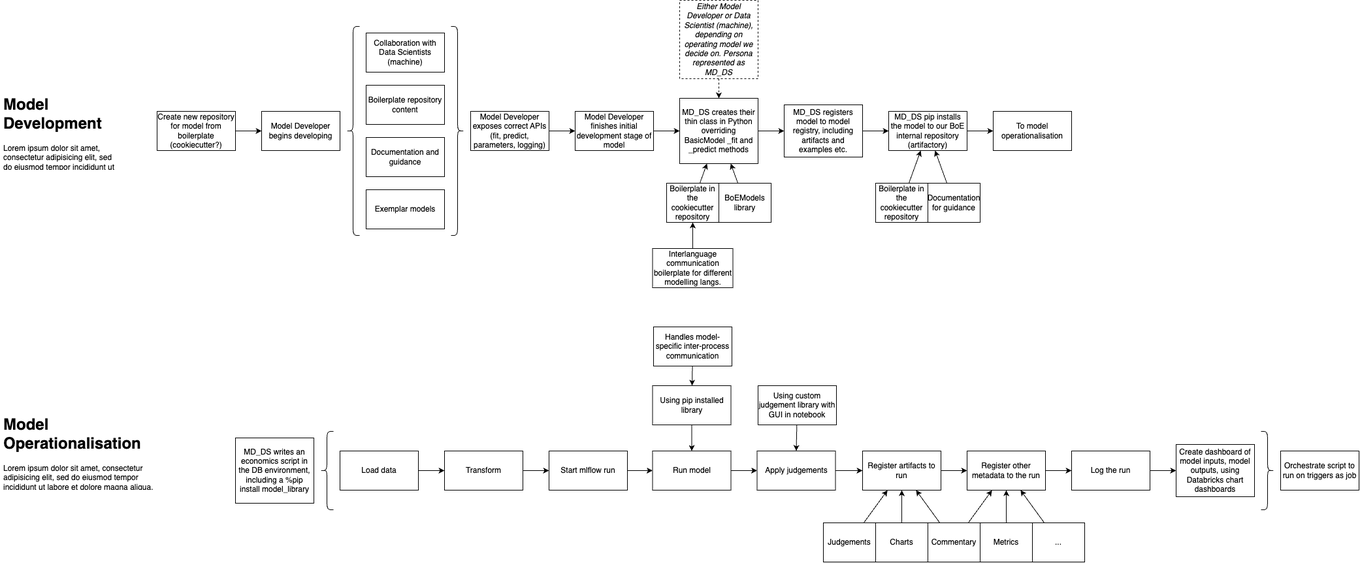
lukas-al/model_framework keeps this draw.io diagram as planning/model_journey.drawio.png. Above is the earlier version. Source tidied: cells renumbered, new cells last; positions are measured from the earlier drawing's top-left corner, leaving out a move shared by most shapes. Its diagram source:
```xml
<mxGraphModel>
  <root>
    <mxCell id="0" />
    <mxCell id="1" parent="0" />
    <mxCell id="2" value="Model Developer begins developing" style="rounded=0;whiteSpace=wrap;html=1;" parent="1" vertex="1">
      <mxGeometry x="400" y="170" width="120" height="60" as="geometry" />
    </mxCell>
    <mxCell id="3" style="edgeStyle=none;html=1;" parent="1" edge="1" source="4" target="12">
      <mxGeometry relative="1" as="geometry" />
    </mxCell>
    <mxCell id="4" value="Model Developer exposes correct APIs (fit, predict, parameters, logging)" style="rounded=0;whiteSpace=wrap;html=1;" parent="1" vertex="1">
      <mxGeometry x="720" y="170" width="120" height="60" as="geometry" />
    </mxCell>
    <mxCell id="5" value="Boilerplate repository content" style="rounded=0;whiteSpace=wrap;html=1;" parent="1" vertex="1">
      <mxGeometry x="560" y="130" width="120" height="60" as="geometry" />
    </mxCell>
    <mxCell id="6" value="Documentation and guidance" style="rounded=0;whiteSpace=wrap;html=1;" parent="1" vertex="1">
      <mxGeometry x="560" y="210" width="120" height="60" as="geometry" />
    </mxCell>
    <mxCell id="7" value="Exemplar models" style="rounded=0;whiteSpace=wrap;html=1;" parent="1" vertex="1">
      <mxGeometry x="560" y="290" width="120" height="60" as="geometry" />
    </mxCell>
    <mxCell id="8" value="Collaboration with Data Scientists (machine)" style="rounded=0;whiteSpace=wrap;html=1;" parent="1" vertex="1">
      <mxGeometry x="560" y="50" width="120" height="60" as="geometry" />
    </mxCell>
    <mxCell id="9" style="shape=curlyBracket;whiteSpace=wrap;html=1;rounded=1;labelPosition=left;verticalLabelPosition=middle;align=right;verticalAlign=middle;" parent="1" vertex="1">
      <mxGeometry x="530" y="40" width="20" height="320" as="geometry" />
    </mxCell>
    <mxCell id="10" style="shape=curlyBracket;whiteSpace=wrap;html=1;rounded=1;flipH=1;labelPosition=right;verticalLabelPosition=middle;align=left;verticalAlign=middle;" parent="1" vertex="1">
      <mxGeometry x="690" y="40" width="20" height="320" as="geometry" />
    </mxCell>
    <mxCell id="11" style="edgeStyle=none;html=1;" parent="1" edge="1" source="12" target="16">
      <mxGeometry relative="1" as="geometry" />
    </mxCell>
    <mxCell id="12" value="Model Developer finishes initial development stage of model" style="rounded=0;whiteSpace=wrap;html=1;" parent="1" vertex="1">
      <mxGeometry x="880" y="170" width="120" height="60" as="geometry" />
    </mxCell>
    <mxCell id="13" style="edgeStyle=none;html=1;dashed=1;" parent="1" edge="1" source="14" target="16">
      <mxGeometry relative="1" as="geometry" />
    </mxCell>
    <mxCell id="14" value="&lt;i&gt;Either Model Developer or Data Scientist (machine), depending on operating model we decide on. Persona represented as MD_DS&lt;/i&gt;" style="rounded=0;whiteSpace=wrap;html=1;dashed=1;" parent="1" vertex="1">
      <mxGeometry x="1040" width="120" height="120" as="geometry" />
    </mxCell>
    <mxCell id="15" style="edgeStyle=none;html=1;" parent="1" edge="1" source="16" target="32">
      <mxGeometry relative="1" as="geometry" />
    </mxCell>
    <mxCell id="16" value="MD_DS creates their thin class in Python overriding BasicModel _fit and _predict methods" style="rounded=0;whiteSpace=wrap;html=1;" parent="1" vertex="1">
      <mxGeometry x="1040" y="150" width="120" height="100" as="geometry" />
    </mxCell>
    <mxCell id="17" style="edgeStyle=none;html=1;" parent="1" edge="1" source="18" target="2">
      <mxGeometry relative="1" as="geometry" />
    </mxCell>
    <mxCell id="18" value="Create new repository for model from boilerplate (cookiecutter?)" style="rounded=0;whiteSpace=wrap;html=1;" parent="1" vertex="1">
      <mxGeometry x="240" y="170" width="120" height="60" as="geometry" />
    </mxCell>
    <mxCell id="19" style="edgeStyle=none;html=1;" parent="1" edge="1" source="20" target="16">
      <mxGeometry relative="1" as="geometry" />
    </mxCell>
    <mxCell id="20" value="Boilerplate in the cookiecutter repository" style="rounded=0;whiteSpace=wrap;html=1;" parent="1" vertex="1">
      <mxGeometry x="1020" y="280" width="80" height="60" as="geometry" />
    </mxCell>
    <mxCell id="21" style="edgeStyle=none;html=1;" parent="1" edge="1" source="22" target="16">
      <mxGeometry relative="1" as="geometry" />
    </mxCell>
    <mxCell id="22" value="BoEModels library" style="rounded=0;whiteSpace=wrap;html=1;" parent="1" vertex="1">
      <mxGeometry x="1100" y="280" width="80" height="60" as="geometry" />
    </mxCell>
    <mxCell id="23" style="edgeStyle=none;html=1;" parent="1" edge="1" source="24" target="35">
      <mxGeometry relative="1" as="geometry" />
    </mxCell>
    <mxCell id="24" value="MD_DS pip installs the model to our BoE internal repository (artifactory)" style="rounded=0;whiteSpace=wrap;html=1;" parent="1" vertex="1">
      <mxGeometry x="1360" y="170" width="120" height="60" as="geometry" />
    </mxCell>
    <mxCell id="25" style="edgeStyle=none;html=1;" parent="1" edge="1" source="26" target="24">
      <mxGeometry relative="1" as="geometry" />
    </mxCell>
    <mxCell id="26" value="Boilerplate in the cookiecutter repository" style="rounded=0;whiteSpace=wrap;html=1;" parent="1" vertex="1">
      <mxGeometry x="1340" y="280" width="80" height="60" as="geometry" />
    </mxCell>
    <mxCell id="27" style="edgeStyle=none;html=1;" parent="1" edge="1" source="28" target="20">
      <mxGeometry relative="1" as="geometry" />
    </mxCell>
    <mxCell id="28" value="Interlanguage communication boilerplate for different modelling langs." style="rounded=0;whiteSpace=wrap;html=1;" parent="1" vertex="1">
      <mxGeometry x="998.5" y="380" width="123" height="60" as="geometry" />
    </mxCell>
    <mxCell id="29" style="edgeStyle=none;html=1;" parent="1" edge="1" source="30" target="24">
      <mxGeometry relative="1" as="geometry" />
    </mxCell>
    <mxCell id="30" value="Documentation for guidance" style="rounded=0;whiteSpace=wrap;html=1;" parent="1" vertex="1">
      <mxGeometry x="1420" y="280" width="80" height="60" as="geometry" />
    </mxCell>
    <mxCell id="31" style="edgeStyle=none;html=1;" parent="1" edge="1" source="32" target="24">
      <mxGeometry relative="1" as="geometry" />
    </mxCell>
    <mxCell id="32" value="MD_DS registers model to model registry, including artifacts and examples etc." style="rounded=0;whiteSpace=wrap;html=1;" parent="1" vertex="1">
      <mxGeometry x="1200" y="160" width="120" height="80" as="geometry" />
    </mxCell>
    <mxCell id="33" value="&lt;h1&gt;Model Development&lt;/h1&gt;&lt;p&gt;Lorem ipsum dolor sit amet, consectetur adipisicing elit, sed do eiusmod tempor incididunt ut labore et dolore magna aliqua.&lt;/p&gt;" style="text;html=1;strokeColor=none;fillColor=none;spacing=5;spacingTop=-20;whiteSpace=wrap;overflow=hidden;rounded=0;" parent="1" vertex="1">
      <mxGeometry y="140" width="190" height="120" as="geometry" />
    </mxCell>
    <mxCell id="34" value="&lt;h1&gt;Model Operationalisation&lt;/h1&gt;&lt;p&gt;Lorem ipsum dolor sit amet, consectetur adipisicing elit, sed do eiusmod tempor incididunt ut labore et dolore magna aliqua.&lt;/p&gt;" style="text;html=1;strokeColor=none;fillColor=none;spacing=5;spacingTop=-20;whiteSpace=wrap;overflow=hidden;rounded=0;" parent="1" vertex="1">
      <mxGeometry y="630" width="240" height="120" as="geometry" />
    </mxCell>
    <mxCell id="35" value="To model operationalisation" style="rounded=0;whiteSpace=wrap;html=1;" parent="1" vertex="1">
      <mxGeometry x="1520" y="170" width="120" height="60" as="geometry" />
    </mxCell>
    <mxCell id="36" value="MD_DS writes an economics script in the DB environment, including a %pip install model_library" style="rounded=0;whiteSpace=wrap;html=1;" parent="1" vertex="1">
      <mxGeometry x="360" y="670" width="120" height="100" as="geometry" />
    </mxCell>
    <mxCell id="37" style="edgeStyle=none;html=1;" parent="1" edge="1" source="38" target="40">
      <mxGeometry relative="1" as="geometry" />
    </mxCell>
    <mxCell id="38" value="Load data" style="rounded=0;whiteSpace=wrap;html=1;" parent="1" vertex="1">
      <mxGeometry x="520" y="690" width="120" height="60" as="geometry" />
    </mxCell>
    <mxCell id="39" style="edgeStyle=none;html=1;" parent="1" edge="1" source="40" target="49">
      <mxGeometry relative="1" as="geometry" />
    </mxCell>
    <mxCell id="40" value="Transform" style="rounded=0;whiteSpace=wrap;html=1;" parent="1" vertex="1">
      <mxGeometry x="680" y="690" width="120" height="60" as="geometry" />
    </mxCell>
    <mxCell id="41" style="edgeStyle=none;html=1;" parent="1" edge="1" source="42" target="47">
      <mxGeometry relative="1" as="geometry" />
    </mxCell>
    <mxCell id="42" value="Run model" style="rounded=0;whiteSpace=wrap;html=1;" parent="1" vertex="1">
      <mxGeometry x="998.5" y="690" width="120" height="60" as="geometry" />
    </mxCell>
    <mxCell id="43" style="edgeStyle=none;html=1;" parent="1" edge="1" source="44" target="42">
      <mxGeometry relative="1" as="geometry" />
    </mxCell>
    <mxCell id="44" value="Using pip installed library" style="rounded=0;whiteSpace=wrap;html=1;" parent="1" vertex="1">
      <mxGeometry x="998.5" y="590" width="120" height="60" as="geometry" />
    </mxCell>
    <mxCell id="45" style="shape=curlyBracket;whiteSpace=wrap;html=1;rounded=1;labelPosition=left;verticalLabelPosition=middle;align=right;verticalAlign=middle;" parent="1" vertex="1">
      <mxGeometry x="490" y="660" width="20" height="120" as="geometry" />
    </mxCell>
    <mxCell id="46" style="edgeStyle=none;html=1;" parent="1" edge="1" source="47" target="53">
      <mxGeometry relative="1" as="geometry" />
    </mxCell>
    <mxCell id="47" value="Apply judgements" style="rounded=0;whiteSpace=wrap;html=1;" parent="1" vertex="1">
      <mxGeometry x="1158.5" y="690" width="120" height="60" as="geometry" />
    </mxCell>
    <mxCell id="48" style="edgeStyle=none;html=1;" parent="1" edge="1" source="49" target="42">
      <mxGeometry relative="1" as="geometry" />
    </mxCell>
    <mxCell id="49" value="Start mlflow run" style="rounded=0;whiteSpace=wrap;html=1;" parent="1" vertex="1">
      <mxGeometry x="840" y="690" width="120" height="60" as="geometry" />
    </mxCell>
    <mxCell id="50" style="edgeStyle=none;html=1;entryX=0.5;entryY=0;entryDx=0;entryDy=0;" parent="1" edge="1" source="51" target="47">
      <mxGeometry relative="1" as="geometry" />
    </mxCell>
    <mxCell id="51" value="Using custom judgement library with GUI in notebook" style="rounded=0;whiteSpace=wrap;html=1;" parent="1" vertex="1">
      <mxGeometry x="1160" y="590" width="120" height="60" as="geometry" />
    </mxCell>
    <mxCell id="52" style="edgeStyle=none;html=1;" parent="1" edge="1" source="53" target="62">
      <mxGeometry relative="1" as="geometry" />
    </mxCell>
    <mxCell id="53" value="Register artifacts to run" style="rounded=0;whiteSpace=wrap;html=1;" parent="1" vertex="1">
      <mxGeometry x="1320" y="690" width="120" height="60" as="geometry" />
    </mxCell>
    <mxCell id="54" style="edgeStyle=none;html=1;" parent="1" edge="1" source="55" target="53">
      <mxGeometry relative="1" as="geometry" />
    </mxCell>
    <mxCell id="55" value="Judgements" style="rounded=0;whiteSpace=wrap;html=1;" parent="1" vertex="1">
      <mxGeometry x="1260" y="800" width="80" height="60" as="geometry" />
    </mxCell>
    <mxCell id="56" style="edgeStyle=none;html=1;" parent="1" edge="1" source="57" target="53">
      <mxGeometry relative="1" as="geometry" />
    </mxCell>
    <mxCell id="57" value="Charts" style="rounded=0;whiteSpace=wrap;html=1;" parent="1" vertex="1">
      <mxGeometry x="1340" y="800" width="80" height="60" as="geometry" />
    </mxCell>
    <mxCell id="58" style="edgeStyle=none;html=1;" parent="1" edge="1" source="60" target="53">
      <mxGeometry relative="1" as="geometry" />
    </mxCell>
    <mxCell id="59" style="edgeStyle=none;html=1;" parent="1" edge="1" source="60" target="62">
      <mxGeometry relative="1" as="geometry" />
    </mxCell>
    <mxCell id="60" value="Commentary" style="rounded=0;whiteSpace=wrap;html=1;" parent="1" vertex="1">
      <mxGeometry x="1420" y="800" width="80" height="60" as="geometry" />
    </mxCell>
    <mxCell id="61" style="edgeStyle=none;html=1;" parent="1" edge="1" source="62" target="64">
      <mxGeometry relative="1" as="geometry" />
    </mxCell>
    <mxCell id="62" value="Register other metadata to the run" style="rounded=0;whiteSpace=wrap;html=1;" parent="1" vertex="1">
      <mxGeometry x="1480" y="690" width="120" height="60" as="geometry" />
    </mxCell>
    <mxCell id="63" style="edgeStyle=none;html=1;" parent="1" edge="1" source="64" target="69">
      <mxGeometry relative="1" as="geometry" />
    </mxCell>
    <mxCell id="64" value="Log the run" style="rounded=0;whiteSpace=wrap;html=1;" parent="1" vertex="1">
      <mxGeometry x="1640" y="690" width="120" height="60" as="geometry" />
    </mxCell>
    <mxCell id="65" style="edgeStyle=none;html=1;" parent="1" edge="1" source="66" target="62">
      <mxGeometry relative="1" as="geometry" />
    </mxCell>
    <mxCell id="66" value="Metrics" style="rounded=0;whiteSpace=wrap;html=1;" parent="1" vertex="1">
      <mxGeometry x="1500" y="800" width="80" height="60" as="geometry" />
    </mxCell>
    <mxCell id="67" style="edgeStyle=none;html=1;" parent="1" edge="1" source="68" target="62">
      <mxGeometry relative="1" as="geometry" />
    </mxCell>
    <mxCell id="68" value="..." style="rounded=0;whiteSpace=wrap;html=1;" parent="1" vertex="1">
      <mxGeometry x="1580" y="800" width="80" height="60" as="geometry" />
    </mxCell>
    <mxCell id="69" value="Create dashboard of model inputs, model outputs, using Databricks chart dashboards" style="rounded=0;whiteSpace=wrap;html=1;" parent="1" vertex="1">
      <mxGeometry x="1800" y="680" width="120" height="80" as="geometry" />
    </mxCell>
    <mxCell id="70" style="shape=curlyBracket;whiteSpace=wrap;html=1;rounded=1;flipH=1;labelPosition=right;verticalLabelPosition=middle;align=left;verticalAlign=middle;" parent="1" vertex="1">
      <mxGeometry x="1930" y="660" width="20" height="120" as="geometry" />
    </mxCell>
    <mxCell id="71" value="Orchestrate script to run on triggers as job" style="rounded=0;whiteSpace=wrap;html=1;" parent="1" vertex="1">
      <mxGeometry x="1960" y="690" width="120" height="60" as="geometry" />
    </mxCell>
    <mxCell id="72" style="edgeStyle=none;html=1;" parent="1" edge="1" source="73" target="44">
      <mxGeometry relative="1" as="geometry" />
    </mxCell>
    <mxCell id="73" value="Handles model-specific inter-process communication" style="rounded=0;whiteSpace=wrap;html=1;" parent="1" vertex="1">
      <mxGeometry x="1000" y="500" width="120" height="60" as="geometry" />
    </mxCell>
  </root>
</mxGraphModel>
```
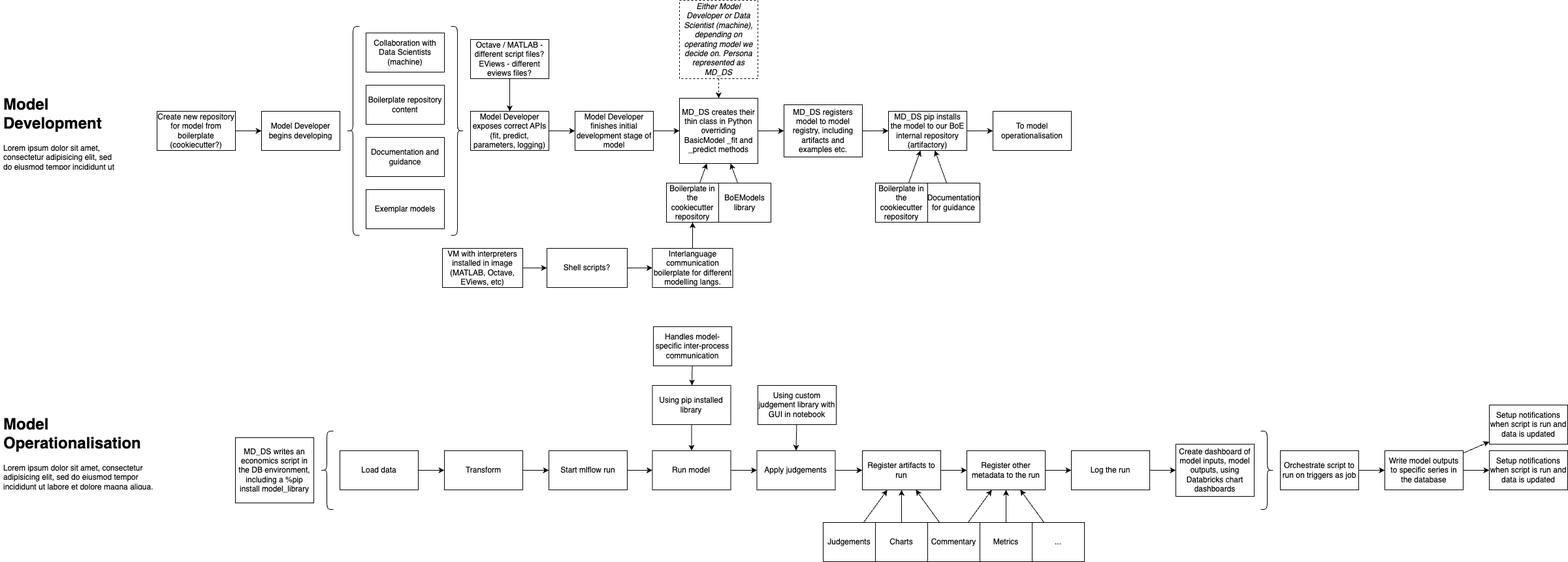
After the change.

Diff of the diagram source:
```diff
@@ -209,6 +209,9 @@
     <mxCell id="70" style="shape=curlyBracket;whiteSpace=wrap;html=1;rounded=1;flipH=1;labelPosition=right;verticalLabelPosition=middle;align=left;verticalAlign=middle;" parent="1" vertex="1">
       <mxGeometry x="1930" y="660" width="20" height="120" as="geometry" />
     </mxCell>
+    <mxCell id="74" style="edgeStyle=none;html=1;" parent="1" edge="1" source="71" target="77">
+      <mxGeometry relative="1" as="geometry" />
+    </mxCell>
     <mxCell id="71" value="Orchestrate script to run on triggers as job" style="rounded=0;whiteSpace=wrap;html=1;" parent="1" vertex="1">
       <mxGeometry x="1960" y="690" width="120" height="60" as="geometry" />
     </mxCell>
@@ -218,5 +221,38 @@
     <mxCell id="73" value="Handles model-specific inter-process communication" style="rounded=0;whiteSpace=wrap;html=1;" parent="1" vertex="1">
       <mxGeometry x="1000" y="500" width="120" height="60" as="geometry" />
     </mxCell>
+    <mxCell id="75" style="edgeStyle=none;html=1;" parent="1" edge="1" source="77" target="79">
+      <mxGeometry relative="1" as="geometry" />
+    </mxCell>
+    <mxCell id="76" style="edgeStyle=none;html=1;" parent="1" edge="1" source="77" target="78">
+      <mxGeometry relative="1" as="geometry" />
+    </mxCell>
+    <mxCell id="77" value="Write model outputs to specific series in the database" style="rounded=0;whiteSpace=wrap;html=1;" parent="1" vertex="1">
+      <mxGeometry x="2120" y="690" width="120" height="60" as="geometry" />
+    </mxCell>
+    <mxCell id="78" value="Setup notifications when script is run and data is updated" style="rounded=0;whiteSpace=wrap;html=1;" parent="1" vertex="1">
+      <mxGeometry x="2280" y="620" width="120" height="60" as="geometry" />
+    </mxCell>
+    <mxCell id="79" value="Setup notifications when script is run and data is updated" style="rounded=0;whiteSpace=wrap;html=1;" parent="1" vertex="1">
+      <mxGeometry x="2280" y="690" width="120" height="60" as="geometry" />
+    </mxCell>
+    <mxCell id="80" style="edgeStyle=none;html=1;" parent="1" edge="1" source="81" target="4">
+      <mxGeometry relative="1" as="geometry" />
+    </mxCell>
+    <mxCell id="81" value="Octave / MATLAB - different script files?&lt;br&gt;EViews - different eviews files?" style="rounded=0;whiteSpace=wrap;html=1;" parent="1" vertex="1">
+      <mxGeometry x="720" y="60" width="120" height="60" as="geometry" />
+    </mxCell>
+    <mxCell id="82" style="edgeStyle=none;html=1;" parent="1" edge="1" source="83" target="28">
+      <mxGeometry relative="1" as="geometry" />
+    </mxCell>
+    <mxCell id="83" value="Shell scripts?" style="rounded=0;whiteSpace=wrap;html=1;" parent="1" vertex="1">
+      <mxGeometry x="837" y="380" width="123" height="60" as="geometry" />
+    </mxCell>
+    <mxCell id="84" style="edgeStyle=none;html=1;" parent="1" edge="1" source="85" target="83">
+      <mxGeometry relative="1" as="geometry" />
+    </mxCell>
+    <mxCell id="85" value="VM with interpreters installed in image (MATLAB, Octave, EViews, etc)" style="rounded=0;whiteSpace=wrap;html=1;" parent="1" vertex="1">
+      <mxGeometry x="677" y="380" width="123" height="60" as="geometry" />
+    </mxCell>
   </root>
 </mxGraphModel>
```
